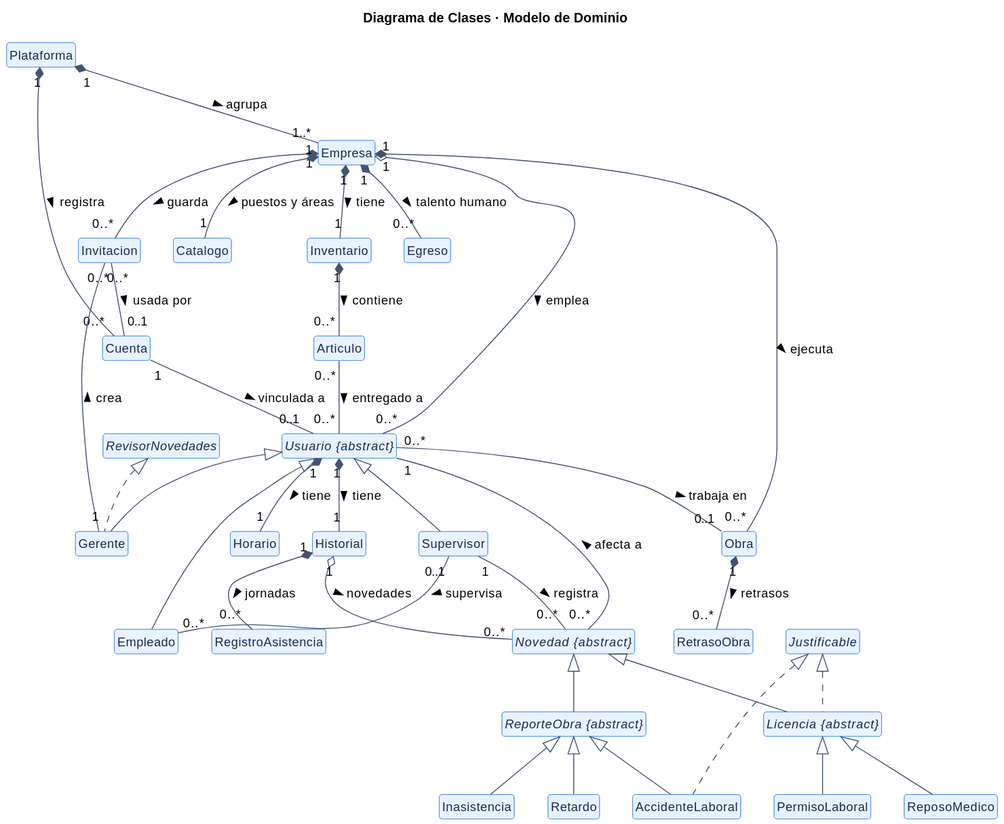
diavolo34/Proyecto-Poo keeps this PlantUML diagram as docs/diagramas/img/clases_dominio.svg. Above is the earlier version.
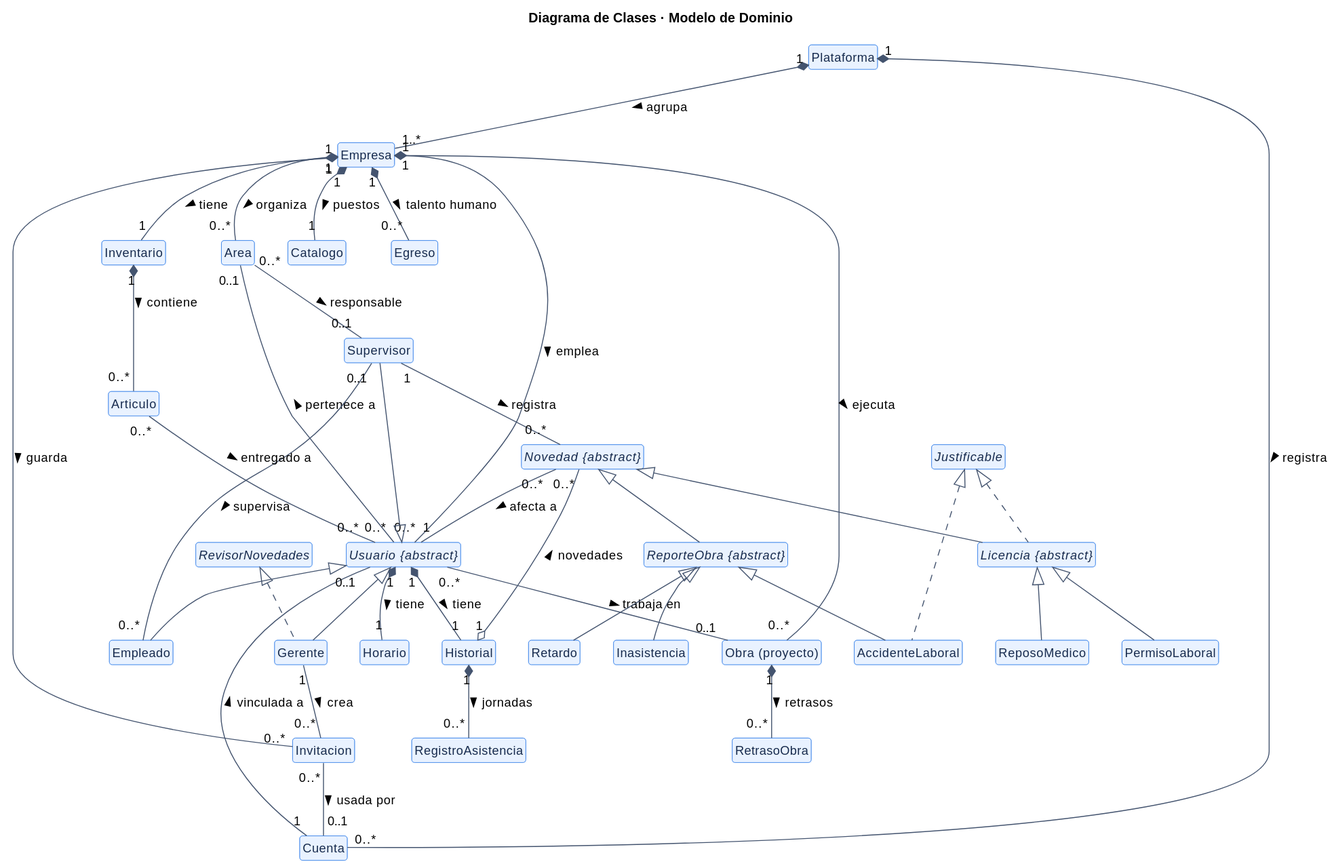
The same file after the commit.

Diff of the diagram source:
```diff
@@ -6,7 +6,8 @@
 
 class Plataforma
 class Empresa
-class Obra
+class "Obra (proyecto)" as Obra
+class Area
 class Cuenta
 class Invitacion
 abstract class "Usuario {abstract}" as Usuario
@@ -36,6 +37,9 @@
 Plataforma "1" *-- "0..*" Cuenta : registra >
 Empresa "1" o-- "0..*" Usuario : emplea >
 Empresa "1" *-- "0..*" Obra : ejecuta >
+Empresa "1" *-- "0..*" Area : organiza >
+Area "0..*" -- "0..1" Supervisor : responsable >
+Usuario "0..*" -- "0..1" Area : pertenece a >
 Empresa "1" *-- "0..*" Invitacion : guarda >
 Usuario <|-- Empleado
 Usuario <|-- Supervisor
@@ -61,7 +65,7 @@
 Justificable <|.. AccidenteLaboral
 RevisorNovedades <|.. Gerente
 Supervisor "1" -- "0..*" Novedad : registra >
-Empresa "1" *-- "1" Catalogo : puestos y áreas >
+Empresa "1" *-- "1" Catalogo : puestos >
 Empresa "1" *-- "1" Inventario : tiene >
 Inventario "1" *-- "0..*" Articulo : contiene >
 Articulo "0..*" -- "0..*" Usuario : entregado a >
```
